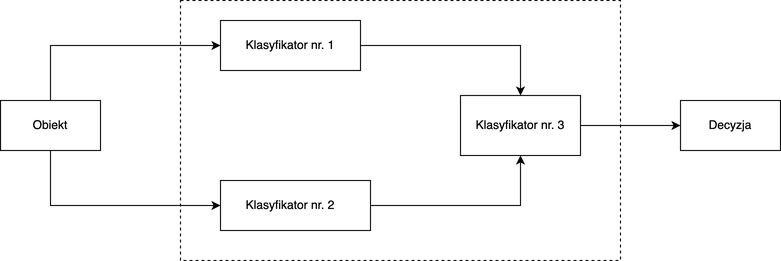
The draw.io diagram images/HybridEnsemble.png in pawel150199/praca-dyplomowa, before a commit. Source tidied: cells renumbered, new cells last; positions are measured from the earlier drawing's top-left corner, leaving out a move shared by most shapes.
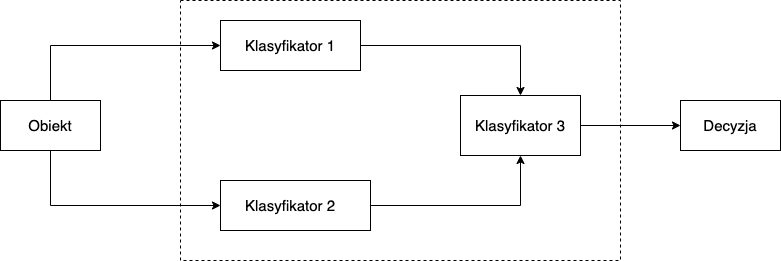
The same file after the commit.

The edit, as a diff of the source:
```diff
@@ -14,10 +14,10 @@
     <mxCell id="5" style="rounded=0;whiteSpace=wrap;html=1;fontSize=12;" parent="1" vertex="1">
       <mxGeometry x="220" y="180" width="150" height="50" as="geometry" />
     </mxCell>
-    <mxCell id="6" value="Klasyfikator nr. 1" style="text;html=1;strokeColor=none;fillColor=none;align=center;verticalAlign=middle;whiteSpace=wrap;rounded=0;dashed=1;fontSize=12;" parent="1" vertex="1">
+    <mxCell id="6" value="Klasyfikator 1" style="text;html=1;strokeColor=none;fillColor=none;align=center;verticalAlign=middle;whiteSpace=wrap;rounded=0;dashed=1;fontSize=15;" parent="1" vertex="1">
       <mxGeometry x="240" y="30" width="100" height="30" as="geometry" />
     </mxCell>
-    <mxCell id="7" value="Klasyfikator nr. 2" style="text;html=1;strokeColor=none;fillColor=none;align=center;verticalAlign=middle;whiteSpace=wrap;rounded=0;dashed=1;fontSize=12;" parent="1" vertex="1">
+    <mxCell id="7" value="Klasyfikator 2" style="text;html=1;strokeColor=none;fillColor=none;align=center;verticalAlign=middle;whiteSpace=wrap;rounded=0;dashed=1;fontSize=15;" parent="1" vertex="1">
       <mxGeometry x="240" y="190" width="100" height="30" as="geometry" />
     </mxCell>
     <mxCell id="8" style="endArrow=classic;html=1;rounded=0;fontSize=12;exitX=0.5;exitY=0;exitDx=0;exitDy=0;entryX=0;entryY=0.5;entryDx=0;entryDy=0;" parent="1" edge="1" source="3" target="4">
@@ -34,13 +34,13 @@
         </Array>
       </mxGeometry>
     </mxCell>
-    <mxCell id="10" value="Obiekt" style="text;html=1;strokeColor=none;fillColor=none;align=center;verticalAlign=middle;whiteSpace=wrap;rounded=0;dashed=1;fontSize=12;" parent="1" vertex="1">
+    <mxCell id="10" value="Obiekt" style="text;html=1;strokeColor=none;fillColor=none;align=center;verticalAlign=middle;whiteSpace=wrap;rounded=0;dashed=1;fontSize=15;" parent="1" vertex="1">
       <mxGeometry x="20" y="110" width="60" height="30" as="geometry" />
     </mxCell>
     <mxCell id="11" style="rounded=0;whiteSpace=wrap;html=1;fontSize=12;" parent="1" vertex="1">
       <mxGeometry x="680" y="100" width="100" height="50" as="geometry" />
     </mxCell>
-    <mxCell id="12" value="Decyzja" style="text;html=1;strokeColor=none;fillColor=none;align=center;verticalAlign=middle;whiteSpace=wrap;rounded=0;dashed=1;fontSize=12;" parent="1" vertex="1">
+    <mxCell id="12" value="Decyzja" style="text;html=1;strokeColor=none;fillColor=none;align=center;verticalAlign=middle;whiteSpace=wrap;rounded=0;dashed=1;fontSize=15;" parent="1" vertex="1">
       <mxGeometry x="700" y="110" width="60" height="30" as="geometry" />
     </mxCell>
     <mxCell id="13" style="endArrow=classic;html=1;rounded=0;fontSize=12;entryX=0;entryY=0.5;entryDx=0;entryDy=0;" parent="1" edge="1" target="11">
@@ -51,7 +51,7 @@
     <mxCell id="14" style="rounded=0;whiteSpace=wrap;html=1;" parent="1" vertex="1">
       <mxGeometry x="460" y="95" width="120" height="60" as="geometry" />
     </mxCell>
-    <mxCell id="15" value="Klasyfikator nr. 3" style="text;html=1;strokeColor=none;fillColor=none;align=center;verticalAlign=middle;whiteSpace=wrap;rounded=0;dashed=1;fontSize=12;" parent="1" vertex="1">
+    <mxCell id="15" value="Klasyfikator 3" style="text;html=1;strokeColor=none;fillColor=none;align=center;verticalAlign=middle;whiteSpace=wrap;rounded=0;dashed=1;fontSize=15;" parent="1" vertex="1">
       <mxGeometry x="470" y="110" width="100" height="30" as="geometry" />
     </mxCell>
     <mxCell id="16" style="endArrow=classic;html=1;rounded=0;entryX=0.5;entryY=0;entryDx=0;entryDy=0;exitX=1;exitY=0.5;exitDx=0;exitDy=0;" parent="1" edge="1" source="4" target="14">
```
